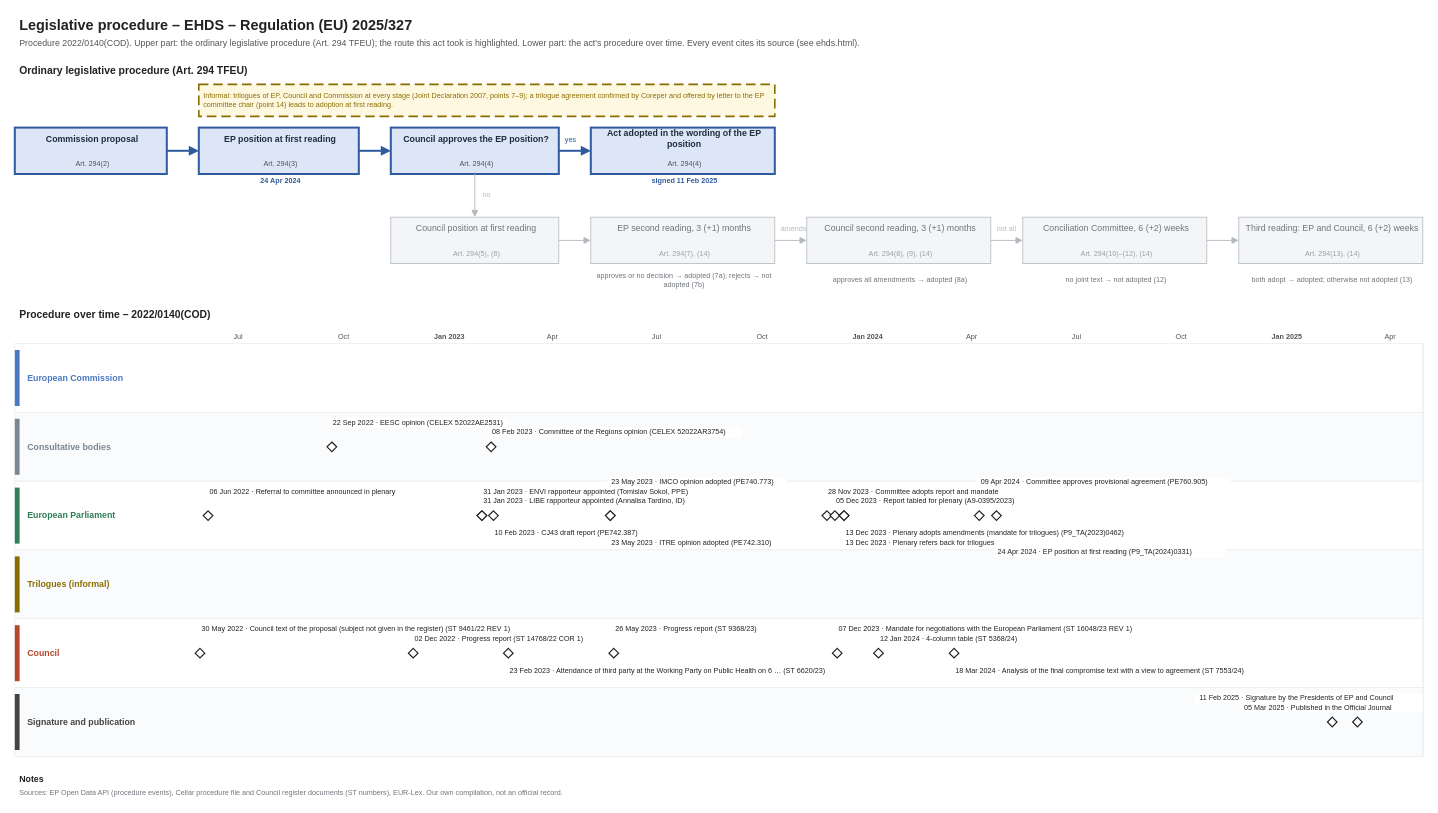
git-z0man/eu-regulation-timeline keeps this draw.io diagram as procedures/ehds.drawio. Above is the earlier version. Source tidied: cells renumbered, new cells numbered last; positions are measured from the earlier drawing's top-left corner, leaving out a move shared by most shapes. Both pictures are drawn from the tidied source at 80%, with x=0, y=0 at pixel (14, 14).
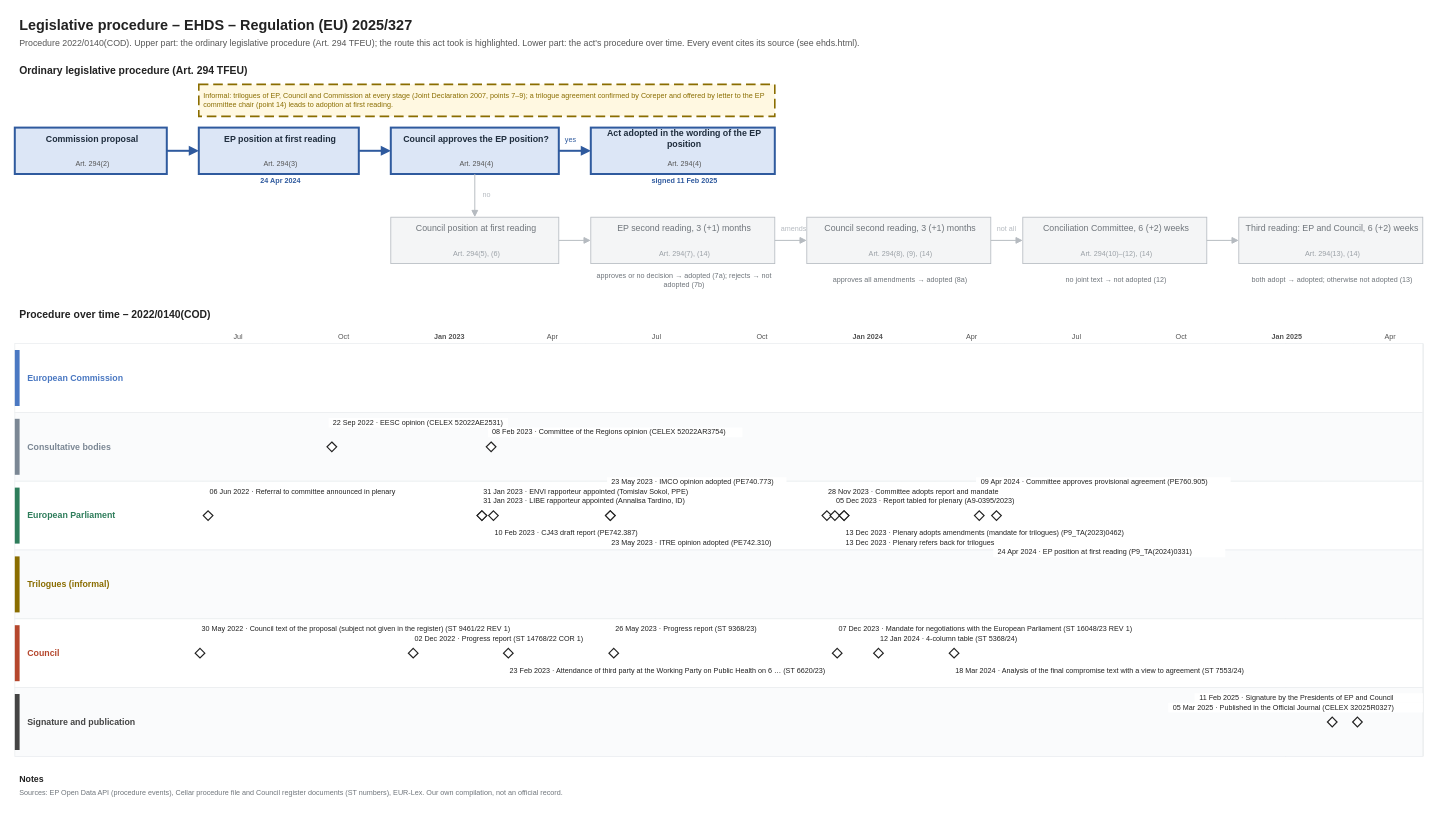
The same diagram, later.

Diff of the diagram source:
```diff
@@
-    <mxCell id="165" value="05 Mar 2025 · Published in the Official Journal" style="text;html=1;fontSize=9;fontColor=#222222;align=left;verticalAlign=middle;spacingLeft=4;fillColor=#ffffff;" parent="1" vertex="1">
-      <mxGeometry x="1531.1" y="861" width="228.9" height="12" as="geometry" />
+    <mxCell id="165" value="05 Mar 2025 · Published in the Official Journal (CELEX 32025R0327)" style="text;html=1;fontSize=9;fontColor=#222222;align=left;verticalAlign=middle;spacingLeft=4;fillColor=#ffffff;" parent="1" vertex="1">
+      <mxGeometry x="1441.8" y="861" width="318.2" height="12" as="geometry" />
     </mxCell>
```
